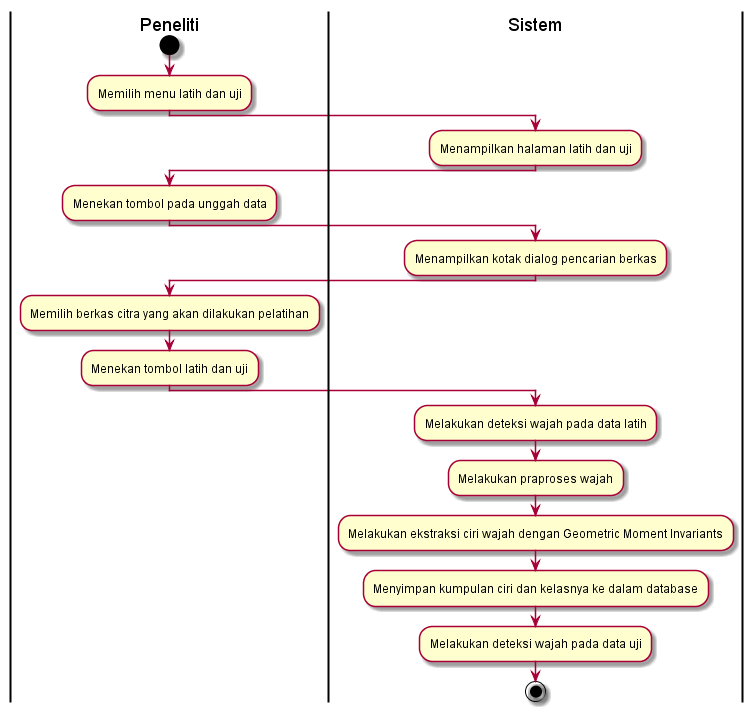
The PlantUML diagram diagram/AD_deteksi_wajah.png in ayulestari10/gmisvm, before a commit.
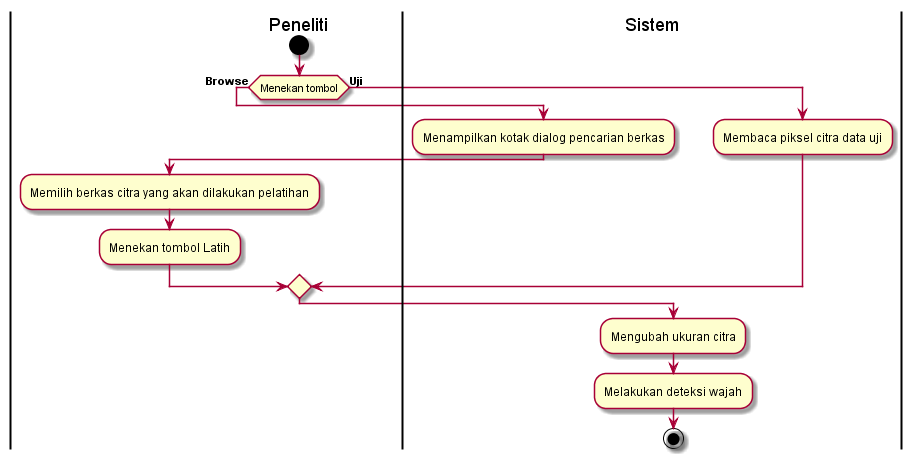
The same diagram one commit later.

The edit, as a diff of the source:
```diff
@@ -1,28 +1,24 @@
 @startuml
-| Peneliti |
+|                                      Peneliti |
 start
 
-:Memilih menu latih dan uji;
-| Sistem |
-:Menampilkan halaman latih dan uji;
-| Peneliti |
-:Menekan tombol pada unggah data;
+|                                      Peneliti |
+if (Menekan tombol) then (**Browse**)
 | Sistem |
 :Menampilkan kotak dialog pencarian berkas;
-| Peneliti |
+|                                      Peneliti |
 :Memilih berkas citra yang akan dilakukan pelatihan;
-| Peneliti |
-:Menekan tombol latih dan uji;
+|                                      Peneliti |
+:Menekan tombol Latih;
 | Sistem |
-:Melakukan deteksi wajah pada data latih;
+
+else (**Uji          **)
 | Sistem |
-:Melakukan praproses wajah;
-| Sistem |
-:Melakukan ekstraksi ciri wajah dengan Geometric Moment Invariants;
-| Sistem |
-:Menyimpan kumpulan ciri dan kelasnya ke dalam database;
-| Sistem |
-:Melakukan deteksi wajah pada data uji;
+:Membaca piksel citra data uji;
+endif
+:Mengubah ukuran citra;
+:Melakukan deteksi wajah;
+
 
 stop
 @enduml
```
